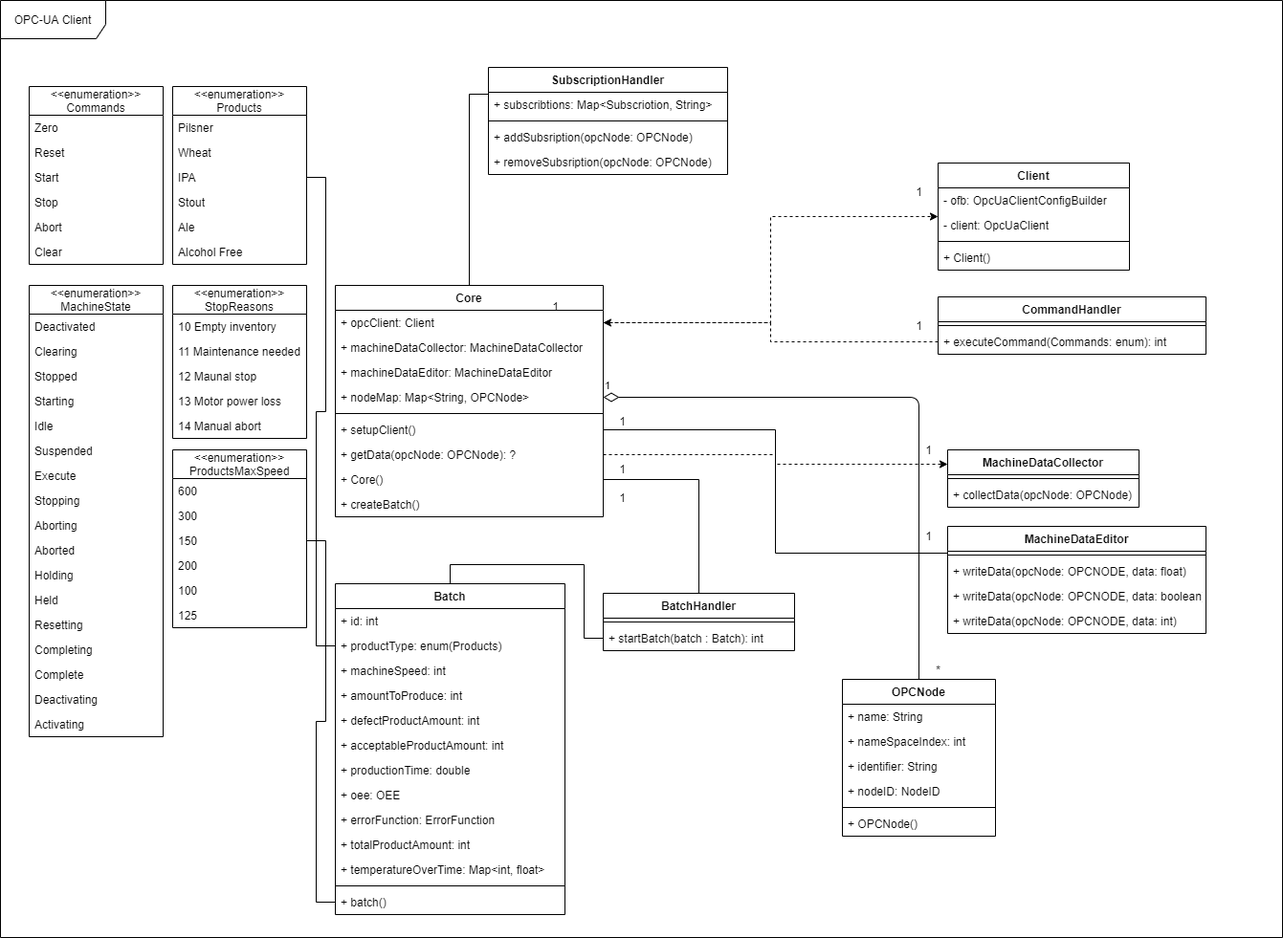
Before: project_report/images/diagrams/updated_UML_Class_Diagram.drawio.png, a diagram exported from draw.io (bierproductie/management). Source tidied: cells renumbered, new cells last; positions are measured from the earlier drawing's top-left corner, leaving out a move shared by most shapes.
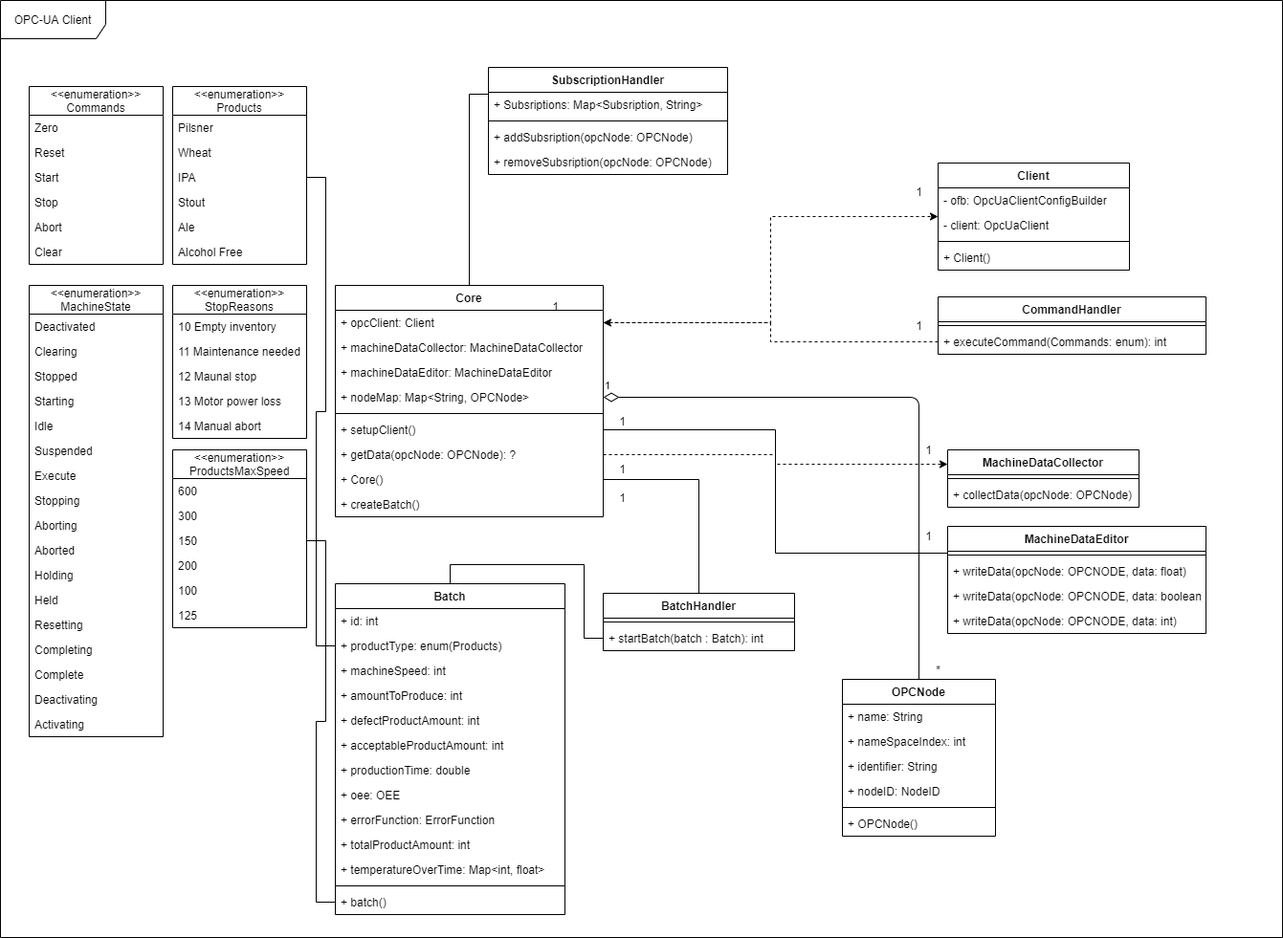
The same file after the commit.

What changed in the source:
```diff
@@ -350,7 +350,7 @@
     <mxCell id="117" value="SubscriptionHandler" style="swimlane;fontStyle=1;align=center;verticalAlign=top;horizontal=1;startSize=26;" parent="1" vertex="1">
       <mxGeometry x="510" y="70" width="250" height="112" as="geometry" />
     </mxCell>
-    <mxCell id="118" value="+ subscribtions: Map&lt;Subscriotion, String&gt;" style="text;strokeColor=none;fillColor=none;align=left;verticalAlign=top;spacingLeft=4;spacingRight=4;overflow=hidden;" parent="117" vertex="1">
+    <mxCell id="118" value="+ Subsriptions: Map&lt;Subsription, String&gt;" style="text;strokeColor=none;fillColor=none;align=left;verticalAlign=top;spacingLeft=4;spacingRight=4;overflow=hidden;" parent="117" vertex="1">
       <mxGeometry y="26" width="250" height="26" as="geometry" />
     </mxCell>
     <mxCell id="119" style="line;strokeWidth=1;fillColor=none;align=left;verticalAlign=middle;spacingTop=-1;spacingLeft=3;spacingRight=3;labelPosition=right;" parent="117" vertex="1">
```
